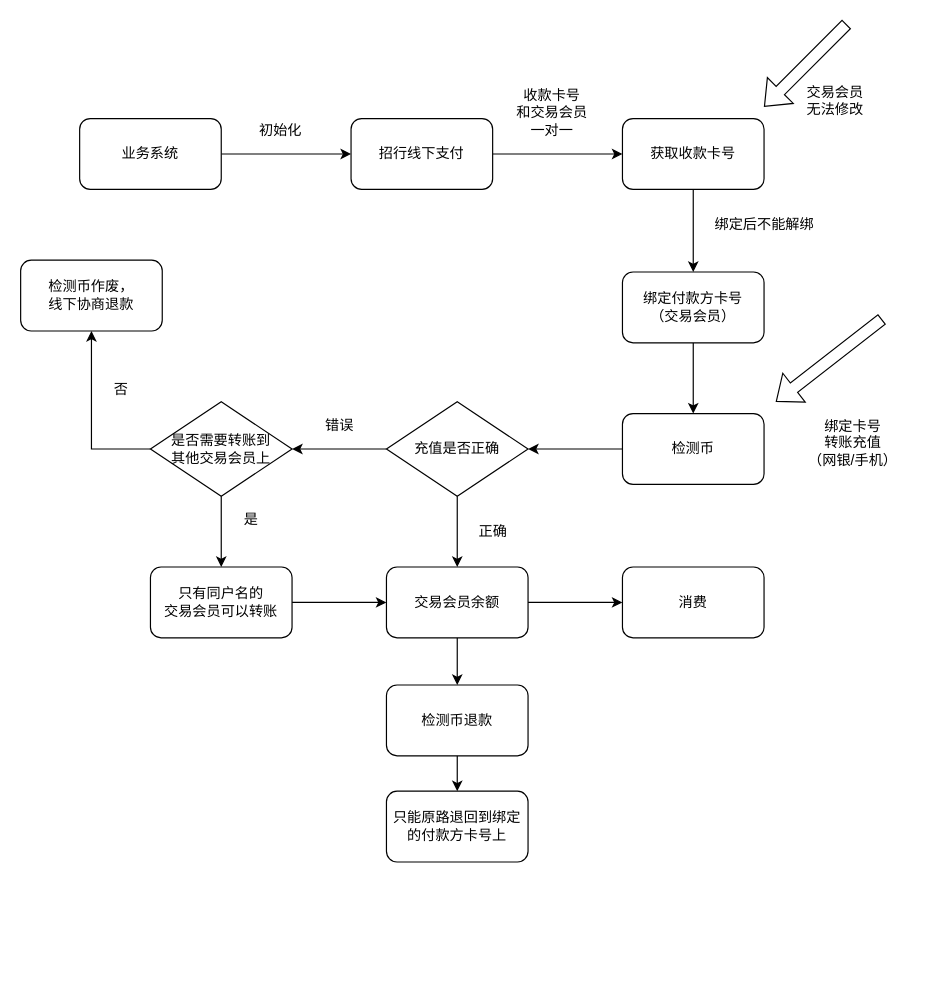
Before: unifyorder/招行线下支付.drawio in Napoleon1234/Draw, a draw.io diagram. Source tidied: cells renumbered, new cells numbered last; positions are measured from the earlier drawing's top-left corner, leaving out a move shared by most shapes. Both pictures are drawn from the tidied source at 118%, with x=0, y=0 at pixel (20, 24).
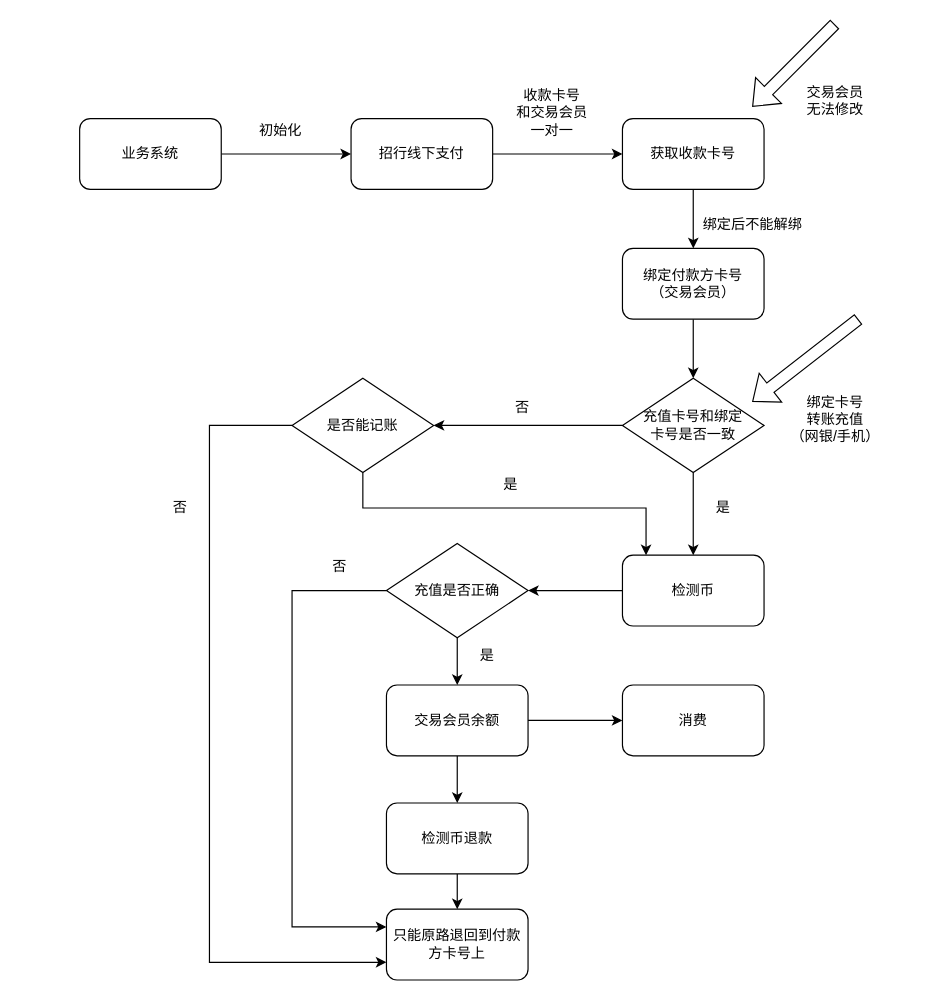
After the change.

Commit message:
去掉冲账功能.drawio

The edit, as a diff of the source:
```diff
@@
     <mxCell id="9" style="shape=flexArrow;endArrow=classic;html=1;rounded=0;" parent="1" edge="1">
       <mxGeometry relative="1" as="geometry">
-        <mxPoint x="730" y="250" as="sourcePoint" />
-        <mxPoint x="640" y="320" as="targetPoint" />
+        <mxPoint x="710" y="250" as="sourcePoint" />
+        <mxPoint x="620" y="320" as="targetPoint" />
       </mxGeometry>
     </mxCell>
@@
     <mxCell id="11" value="绑定卡号&lt;br&gt;转账充值&lt;br&gt;（网银/手机）" style="text;html=1;align=center;verticalAlign=middle;fillColor=none;strokeColor=none;rounded=0;rotation=0;" parent="1" vertex="1">
-      <mxGeometry x="660" y="330" width="90" height="50" as="geometry" />
+      <mxGeometry x="645" y="310" width="90" height="50" as="geometry" />
     </mxCell>
@@
     <mxCell id="13" value="检测币" style="rounded=1;whiteSpace=wrap;html=1;" parent="1" vertex="1">
-      <mxGeometry x="510" y="330" width="120" height="60" as="geometry" />
+      <mxGeometry x="510" y="450" width="120" height="60" as="geometry" />
     </mxCell>
@@
-    <mxCell id="15" style="edgeStyle=orthogonalEdgeStyle;rounded=0;jettySize=auto;html=1;" parent="1" edge="1" source="16">
-      <mxGeometry relative="1" as="geometry">
-        <mxPoint x="230" y="360" as="targetPoint" />
-      </mxGeometry>
-    </mxCell>
+    <mxCell id="39" style="edgeStyle=orthogonalEdgeStyle;rounded=0;jettySize=auto;html=1;exitX=0;exitY=0.5;exitDx=0;exitDy=0;entryX=0;entryY=0.25;entryDx=0;entryDy=0;" parent="1" edge="1" source="16" target="38">
+      <mxGeometry relative="1" as="geometry">
+        <Array as="points">
+          <mxPoint x="230" y="480" />
+          <mxPoint x="230" y="765" />
+        </Array>
+      </mxGeometry>
+    </mxCell>
     <mxCell id="16" value="充值是否正确" style="rhombus;whiteSpace=wrap;html=1;" parent="1" vertex="1">
-      <mxGeometry x="310" y="320" width="120" height="80" as="geometry" />
+      <mxGeometry x="310" y="440" width="120" height="80" as="geometry" />
     </mxCell>
@@
     <mxCell id="19" value="交易会员余额" style="rounded=1;whiteSpace=wrap;html=1;" parent="1" vertex="1">
-      <mxGeometry x="310" y="460" width="120" height="60" as="geometry" />
+      <mxGeometry x="310" y="560" width="120" height="60" as="geometry" />
     </mxCell>
-    <mxCell id="20" style="edgeStyle=orthogonalEdgeStyle;rounded=0;jettySize=auto;html=1;" parent="1" edge="1" source="21" target="13">
-      <mxGeometry relative="1" as="geometry" />
-    </mxCell>
+    <mxCell id="40" style="edgeStyle=orthogonalEdgeStyle;rounded=0;jettySize=auto;html=1;" parent="1" edge="1" source="21" target="43">
+      <mxGeometry relative="1" as="geometry" />
+    </mxCell>
     <mxCell id="21" value="绑定付款方卡号&lt;br&gt;（交易会员）" style="rounded=1;whiteSpace=wrap;html=1;direction=west;" parent="1" vertex="1">
-      <mxGeometry x="510" y="210" width="120" height="60" as="geometry" />
+      <mxGeometry x="510" y="190" width="120" height="60" as="geometry" />
     </mxCell>
     <mxCell id="22" value="绑定后不能解绑" style="text;html=1;align=center;verticalAlign=middle;fillColor=none;strokeColor=none;rounded=0;" parent="1" vertex="1">
-      <mxGeometry x="580" y="160" width="100" height="20" as="geometry" />
+      <mxGeometry x="570" y="160" width="100" height="20" as="geometry" />
     </mxCell>
-    <mxCell id="23" value="正确" style="text;html=1;align=center;verticalAlign=middle;fillColor=none;strokeColor=none;rounded=0;" parent="1" vertex="1">
-      <mxGeometry x="380" y="420" width="40" height="20" as="geometry" />
+    <mxCell id="23" value="是" style="text;html=1;align=center;verticalAlign=middle;fillColor=none;strokeColor=none;rounded=0;" parent="1" vertex="1">
+      <mxGeometry x="380" y="525" width="30" height="20" as="geometry" />
     </mxCell>
-    <mxCell id="24" value="错误" style="text;html=1;align=center;verticalAlign=middle;fillColor=none;strokeColor=none;rounded=0;" parent="1" vertex="1">
-      <mxGeometry x="250" y="330" width="40" height="20" as="geometry" />
+    <mxCell id="24" value="否" style="text;html=1;align=center;verticalAlign=middle;fillColor=none;strokeColor=none;rounded=0;" parent="1" vertex="1">
+      <mxGeometry x="255" y="450" width="30" height="20" as="geometry" />
     </mxCell>
-    <mxCell id="25" style="edgeStyle=orthogonalEdgeStyle;rounded=0;jettySize=auto;html=1;" parent="1" edge="1" source="27" target="31">
-      <mxGeometry relative="1" as="geometry" />
-    </mxCell>
-    <mxCell id="26" style="edgeStyle=orthogonalEdgeStyle;rounded=0;jettySize=auto;html=1;entryX=0.5;entryY=1;entryDx=0;entryDy=0;" parent="1" edge="1" source="27" target="36">
-      <mxGeometry relative="1" as="geometry">
-        <Array as="points">
-          <mxPoint x="60" y="360" />
-        </Array>
-      </mxGeometry>
-    </mxCell>
-    <mxCell id="27" value="是否需要转账到&lt;br&gt;其他交易会员上" style="rhombus;whiteSpace=wrap;html=1;" parent="1" vertex="1">
-      <mxGeometry x="110" y="320" width="120" height="80" as="geometry" />
-    </mxCell>
     <mxCell id="28" style="shape=flexArrow;endArrow=classic;html=1;rounded=0;" parent="1" edge="1">
       <mxGeometry relative="1" as="geometry">
-        <mxPoint x="700" as="sourcePoint" />
-        <mxPoint x="630" y="70" as="targetPoint" />
+        <mxPoint x="690" as="sourcePoint" />
+        <mxPoint x="620" y="70" as="targetPoint" />
       </mxGeometry>
     </mxCell>
@@
-    <mxCell id="30" style="edgeStyle=orthogonalEdgeStyle;rounded=0;jettySize=auto;html=1;" parent="1" edge="1" source="31" target="19">
-      <mxGeometry relative="1" as="geometry" />
-    </mxCell>
-    <mxCell id="31" value="只有同户名的&lt;br&gt;交易会员可以转账" style="rounded=1;whiteSpace=wrap;html=1;" parent="1" vertex="1">
-      <mxGeometry x="110" y="460" width="120" height="60" as="geometry" />
-    </mxCell>
-    <mxCell id="32" value="是" style="text;html=1;align=center;verticalAlign=middle;fillColor=none;strokeColor=none;rounded=0;" parent="1" vertex="1">
-      <mxGeometry x="180" y="410" width="30" height="20" as="geometry" />
-    </mxCell>
     <mxCell id="33" value="消费" style="rounded=1;whiteSpace=wrap;html=1;" parent="1" vertex="1">
-      <mxGeometry x="510" y="460" width="120" height="60" as="geometry" />
+      <mxGeometry x="510" y="560" width="120" height="60" as="geometry" />
     </mxCell>
@@
     <mxCell id="35" value="检测币退款" style="rounded=1;whiteSpace=wrap;html=1;" parent="1" vertex="1">
-      <mxGeometry x="310" y="560" width="120" height="60" as="geometry" />
+      <mxGeometry x="310" y="660" width="120" height="60" as="geometry" />
     </mxCell>
-    <mxCell id="36" value="检测币作废，&lt;br&gt;线下协商退款" style="rounded=1;whiteSpace=wrap;html=1;" parent="1" vertex="1">
-      <mxGeometry y="200" width="120" height="60" as="geometry" />
-    </mxCell>
-    <mxCell id="37" value="否" style="text;html=1;align=center;verticalAlign=middle;fillColor=none;strokeColor=none;rounded=0;" parent="1" vertex="1">
-      <mxGeometry x="70" y="300" width="30" height="20" as="geometry" />
-    </mxCell>
-    <mxCell id="38" value="只能原路退回到绑定的付款方卡号上" style="rounded=1;whiteSpace=wrap;html=1;" parent="1" vertex="1">
-      <mxGeometry x="310" y="650" width="120" height="60" as="geometry" />
+    <mxCell id="38" value="只能原路退回到付款方卡号上" style="rounded=1;whiteSpace=wrap;html=1;" parent="1" vertex="1">
+      <mxGeometry x="310" y="750" width="120" height="60" as="geometry" />
     </mxCell>
+    <mxCell id="41" style="edgeStyle=orthogonalEdgeStyle;rounded=0;jettySize=auto;html=1;" parent="1" edge="1" source="43" target="13">
+      <mxGeometry relative="1" as="geometry" />
+    </mxCell>
+    <mxCell id="42" style="edgeStyle=orthogonalEdgeStyle;rounded=0;jettySize=auto;html=1;" parent="1" edge="1" source="43" target="46">
+      <mxGeometry relative="1" as="geometry" />
+    </mxCell>
+    <mxCell id="43" value="充值卡号和绑定&lt;br&gt;卡号是否一致" style="rhombus;whiteSpace=wrap;html=1;" parent="1" vertex="1">
+      <mxGeometry x="510" y="300" width="120" height="80" as="geometry" />
+    </mxCell>
+    <mxCell id="44" style="edgeStyle=orthogonalEdgeStyle;rounded=0;jettySize=auto;html=1;exitX=0.5;exitY=1;exitDx=0;exitDy=0;" parent="1" edge="1" source="46">
+      <mxGeometry relative="1" as="geometry">
+        <mxPoint x="530" y="450" as="targetPoint" />
+        <Array as="points">
+          <mxPoint x="290" y="410" />
+          <mxPoint x="530" y="410" />
+        </Array>
+      </mxGeometry>
+    </mxCell>
+    <mxCell id="45" style="edgeStyle=orthogonalEdgeStyle;rounded=0;jettySize=auto;html=1;exitX=0;exitY=0.5;exitDx=0;exitDy=0;entryX=0;entryY=0.75;entryDx=0;entryDy=0;" parent="1" edge="1" source="46" target="38">
+      <mxGeometry relative="1" as="geometry">
+        <Array as="points">
+          <mxPoint x="160" y="340" />
+          <mxPoint x="160" y="795" />
+        </Array>
+      </mxGeometry>
+    </mxCell>
+    <mxCell id="46" value="是否能记账" style="rhombus;whiteSpace=wrap;html=1;" parent="1" vertex="1">
+      <mxGeometry x="230" y="300" width="120" height="80" as="geometry" />
+    </mxCell>
+    <mxCell id="47" value="否" style="text;html=1;align=center;verticalAlign=middle;fillColor=none;strokeColor=none;rounded=0;" parent="1" vertex="1">
+      <mxGeometry x="410" y="315" width="30" height="20" as="geometry" />
+    </mxCell>
+    <mxCell id="48" value="是" style="text;html=1;align=center;verticalAlign=middle;fillColor=none;strokeColor=none;rounded=0;" parent="1" vertex="1">
+      <mxGeometry x="580" y="400" width="30" height="20" as="geometry" />
+    </mxCell>
+    <mxCell id="49" value="是" style="text;html=1;align=center;verticalAlign=middle;fillColor=none;strokeColor=none;rounded=0;" parent="1" vertex="1">
+      <mxGeometry x="400" y="380" width="30" height="20" as="geometry" />
+    </mxCell>
+    <mxCell id="50" value="否" style="text;html=1;align=center;verticalAlign=middle;fillColor=none;strokeColor=none;rounded=0;" parent="1" vertex="1">
+      <mxGeometry x="120" y="400" width="30" height="20" as="geometry" />
+    </mxCell>
```
